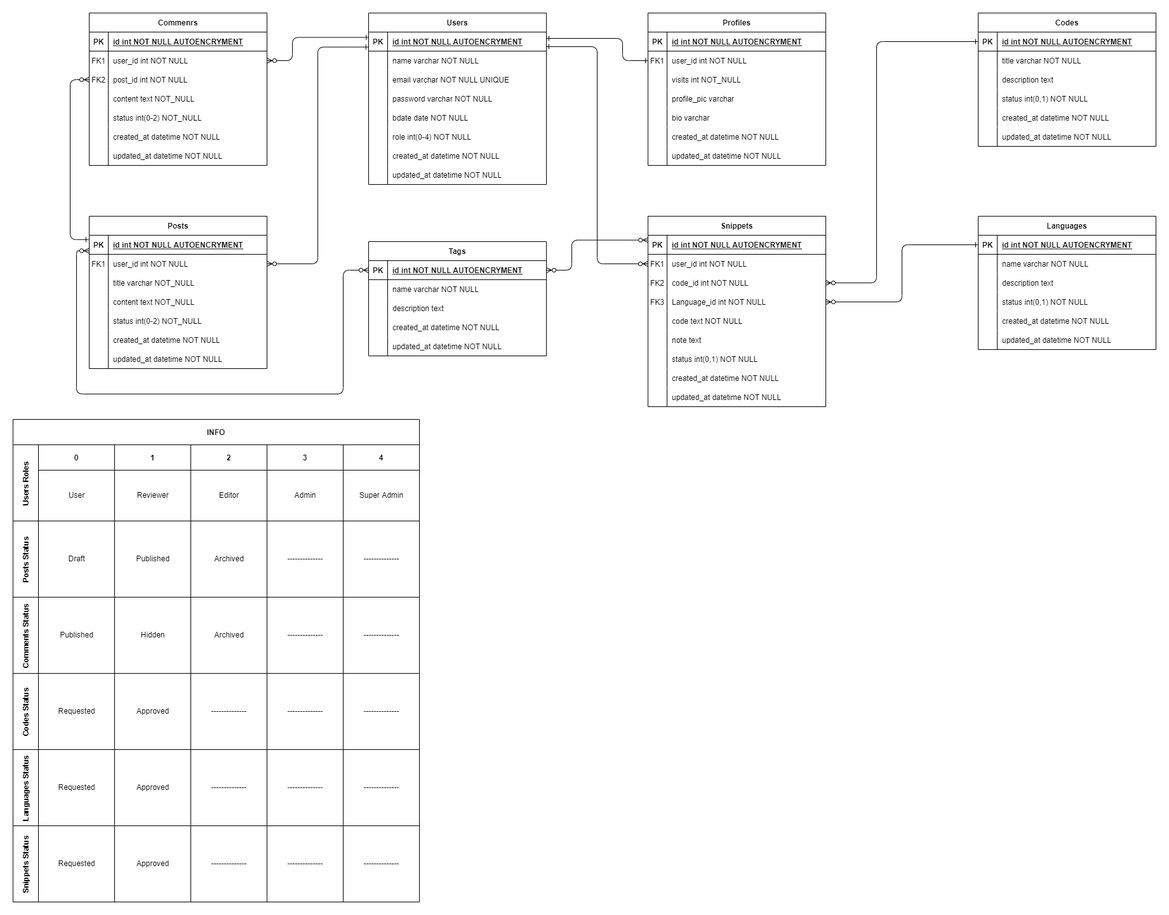
Above: Discussion Files/ERD Diagram/Final ERD.png in Mahmoud217TR/grad-project (draw.io), before the change. Source tidied: cells renumbered, new cells last; positions are measured from the earlier drawing's top-left corner, leaving out a move shared by most shapes.
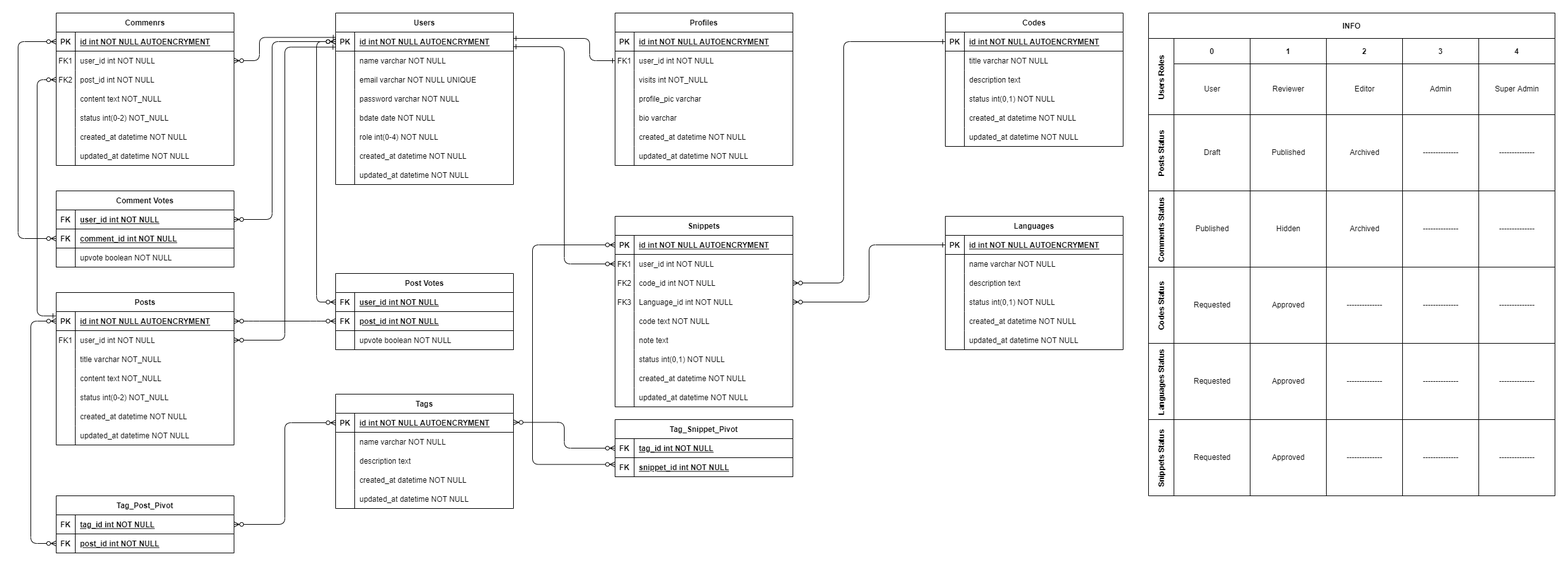
The same file after the commit.

Diff of the diagram source:
```diff
@@ -364,7 +364,7 @@
       </mxGeometry>
     </mxCell>
     <mxCell id="119" value="Posts" style="shape=table;startSize=30;rowLines=0;fontStyle=1;align=center;" parent="1" vertex="1">
-      <mxGeometry x="120" y="320" width="280" height="240" as="geometry" />
+      <mxGeometry x="120" y="440" width="280" height="240" as="geometry" />
     </mxCell>
     <mxCell id="120" style="shape=partialRectangle;fillColor=none;points=[[0,0.5],[1,0.5]];portConstraint=eastwest;top=0;left=0;right=0;bottom=1;" parent="119" vertex="1">
       <mxGeometry y="30" width="280" height="30" as="geometry" />
@@ -509,13 +509,13 @@
     <mxCell id="165" style="edgeStyle=orthogonalEdgeStyle;endArrow=ERzeroToMany;startArrow=ERone;endFill=1;startFill=0;exitX=-0.004;exitY=0.227;exitDx=0;exitDy=0;entryX=0;entryY=0.5;entryDx=0;entryDy=0;exitPerimeter=0;" parent="1" edge="1" source="120" target="149">
       <mxGeometry relative="1" as="geometry">
         <Array as="points">
-          <mxPoint x="90" y="357" />
+          <mxPoint x="90" y="477" />
           <mxPoint x="90" y="105" />
         </Array>
       </mxGeometry>
     </mxCell>
     <mxCell id="166" value="Tags" style="shape=table;startSize=30;rowLines=0;fontStyle=1;align=center;" parent="1" vertex="1">
-      <mxGeometry x="560" y="360" width="280" height="180" as="geometry" />
+      <mxGeometry x="560" y="600" width="280" height="180" as="geometry" />
     </mxCell>
     <mxCell id="167" style="shape=partialRectangle;fillColor=none;points=[[0,0.5],[1,0.5]];portConstraint=eastwest;top=0;left=0;right=0;bottom=1;" parent="166" vertex="1">
       <mxGeometry y="30" width="280" height="30" as="geometry" />
@@ -562,26 +562,8 @@
     <mxCell id="181" value="updated_at datetime NOT NULL" style="shape=partialRectangle;overflow=hidden;fillColor=none;top=0;left=0;bottom=0;right=0;align=left;spacingLeft=6;" parent="179" vertex="1">
       <mxGeometry x="30" width="250" height="30" as="geometry" />
     </mxCell>
-    <mxCell id="182" style="edgeStyle=orthogonalEdgeStyle;rounded=1;jumpStyle=none;jettySize=auto;html=1;exitX=0;exitY=0.5;exitDx=0;exitDy=0;entryX=0;entryY=0.813;entryDx=0;entryDy=0;fontFamily=Helvetica;fontSize=12;fontColor=default;startArrow=ERzeroToMany;startFill=0;endArrow=ERzeroToMany;endFill=0;entryPerimeter=0;" parent="1" edge="1" source="167" target="120">
-      <mxGeometry relative="1" as="geometry">
-        <Array as="points">
-          <mxPoint x="520" y="405" />
-          <mxPoint x="520" y="600" />
-          <mxPoint x="100" y="600" />
-          <mxPoint x="100" y="374" />
-        </Array>
-      </mxGeometry>
-    </mxCell>
-    <mxCell id="183" style="edgeStyle=orthogonalEdgeStyle;rounded=1;jumpStyle=none;jettySize=auto;html=1;exitX=1;exitY=0.5;exitDx=0;exitDy=0;fontFamily=Helvetica;fontSize=12;fontColor=default;startArrow=ERzeroToMany;startFill=0;endArrow=ERzeroToMany;endFill=0;entryX=0.001;entryY=0.254;entryDx=0;entryDy=0;entryPerimeter=0;" parent="1" edge="1" source="167" target="4">
-      <mxGeometry relative="1" as="geometry">
-        <Array as="points">
-          <mxPoint x="880" y="405" />
-          <mxPoint x="880" y="358" />
-        </Array>
-      </mxGeometry>
-    </mxCell>
     <mxCell id="184" value="INFO" style="shape=table;startSize=40;fontStyle=1;fontFamily=Helvetica;fontSize=12;fontColor=default;strokeColor=default;fillColor=none;" parent="1" vertex="1">
-      <mxGeometry y="640" width="640" height="760" as="geometry" />
+      <mxGeometry x="1840" width="640" height="760" as="geometry" />
     </mxCell>
     <mxCell id="185" value="Users Roles" style="shape=tableRow;horizontal=0;startSize=40;swimlaneHead=0;swimlaneBody=0;top=0;left=0;bottom=0;right=0;fillColor=none;fontStyle=1;fontFamily=Helvetica;fontSize=12;fontColor=default;strokeColor=default;" parent="184" vertex="1">
       <mxGeometry y="40" width="640" height="120" as="geometry" />
@@ -781,5 +763,163 @@
     <mxCell id="250" style="swimlane;swimlaneHead=0;swimlaneBody=0;fontStyle=0;fillColor=none;startSize=0;fontStyle=1;fontFamily=Helvetica;fontSize=12;fontColor=default;strokeColor=default;" parent="240" vertex="1">
       <mxGeometry x="520" width="120" height="120" as="geometry" />
     </mxCell>
+    <mxCell id="251" value="Tag_Post_Pivot" style="shape=table;startSize=30;rowLines=0;fontStyle=1;align=center;" parent="1" vertex="1">
+      <mxGeometry x="120" y="760" width="280" height="90" as="geometry" />
+    </mxCell>
+    <mxCell id="252" style="shape=partialRectangle;fillColor=none;points=[[0,0.5],[1,0.5]];portConstraint=eastwest;top=0;left=0;right=0;bottom=1;" parent="251" vertex="1">
+      <mxGeometry y="30" width="280" height="30" as="geometry" />
+    </mxCell>
+    <mxCell id="253" value="FK" style="shape=partialRectangle;overflow=hidden;fillColor=none;top=0;left=0;bottom=0;right=0;fontStyle=1;" parent="252" vertex="1">
+      <mxGeometry width="30" height="30" as="geometry" />
+    </mxCell>
+    <mxCell id="254" value="tag_id int NOT NULL" style="shape=partialRectangle;overflow=hidden;fillColor=none;top=0;left=0;bottom=0;right=0;align=left;spacingLeft=6;fontStyle=5;" parent="252" vertex="1">
+      <mxGeometry x="30" width="250" height="30" as="geometry" />
+    </mxCell>
+    <mxCell id="255" style="shape=partialRectangle;fillColor=none;points=[[0,0.5],[1,0.5]];portConstraint=eastwest;top=0;left=0;right=0;bottom=1;" parent="251" vertex="1">
+      <mxGeometry y="60" width="280" height="30" as="geometry" />
+    </mxCell>
+    <mxCell id="256" value="FK" style="shape=partialRectangle;overflow=hidden;fillColor=none;top=0;left=0;bottom=0;right=0;fontStyle=1;" parent="255" vertex="1">
+      <mxGeometry width="30" height="30" as="geometry" />
+    </mxCell>
+    <mxCell id="257" value="post_id int NOT NULL" style="shape=partialRectangle;overflow=hidden;fillColor=none;top=0;left=0;bottom=0;right=0;align=left;spacingLeft=6;fontStyle=5;" parent="255" vertex="1">
+      <mxGeometry x="30" width="250" height="30" as="geometry" />
+    </mxCell>
+    <mxCell id="258" style="edgeStyle=orthogonalEdgeStyle;rounded=1;jettySize=auto;html=1;entryX=1;entryY=0.5;entryDx=0;entryDy=0;startArrow=ERzeroToMany;startFill=0;endArrow=ERzeroToMany;endFill=0;" parent="1" edge="1" source="167" target="252">
+      <mxGeometry relative="1" as="geometry" />
+    </mxCell>
+    <mxCell id="259" style="edgeStyle=orthogonalEdgeStyle;rounded=1;jettySize=auto;html=1;entryX=0;entryY=0.5;entryDx=0;entryDy=0;startArrow=ERzeroToMany;startFill=0;endArrow=ERzeroToMany;endFill=0;exitX=0;exitY=0.5;exitDx=0;exitDy=0;" parent="1" edge="1" source="120" target="255">
+      <mxGeometry relative="1" as="geometry">
+        <Array as="points">
+          <mxPoint x="80" y="485" />
+          <mxPoint x="80" y="835" />
+        </Array>
+      </mxGeometry>
+    </mxCell>
+    <mxCell id="260" value="Tag_Snippet_Pivot" style="shape=table;startSize=30;rowLines=0;fontStyle=1;align=center;" parent="1" vertex="1">
+      <mxGeometry x="1000" y="640" width="280" height="90" as="geometry" />
+    </mxCell>
+    <mxCell id="261" style="shape=partialRectangle;fillColor=none;points=[[0,0.5],[1,0.5]];portConstraint=eastwest;top=0;left=0;right=0;bottom=1;" parent="260" vertex="1">
+      <mxGeometry y="30" width="280" height="30" as="geometry" />
+    </mxCell>
+    <mxCell id="262" value="FK" style="shape=partialRectangle;overflow=hidden;fillColor=none;top=0;left=0;bottom=0;right=0;fontStyle=1;" parent="261" vertex="1">
+      <mxGeometry width="30" height="30" as="geometry" />
+    </mxCell>
+    <mxCell id="263" value="tag_id int NOT NULL" style="shape=partialRectangle;overflow=hidden;fillColor=none;top=0;left=0;bottom=0;right=0;align=left;spacingLeft=6;fontStyle=5;" parent="261" vertex="1">
+      <mxGeometry x="30" width="250" height="30" as="geometry" />
+    </mxCell>
+    <mxCell id="264" style="shape=partialRectangle;fillColor=none;top=0;left=0;right=0;bottom=1;" parent="260" vertex="1">
+      <mxGeometry y="60" width="280" height="30" as="geometry" />
+    </mxCell>
+    <mxCell id="265" value="FK" style="shape=partialRectangle;overflow=hidden;fillColor=none;top=0;left=0;bottom=0;right=0;fontStyle=1;" parent="264" vertex="1">
+      <mxGeometry width="30" height="30" as="geometry" />
+    </mxCell>
+    <mxCell id="266" value="snippet_id int NOT NULL" style="shape=partialRectangle;overflow=hidden;fillColor=none;top=0;left=0;bottom=0;right=0;align=left;spacingLeft=6;fontStyle=5;" parent="264" vertex="1">
+      <mxGeometry x="30" width="250" height="30" as="geometry" />
+    </mxCell>
+    <mxCell id="267" style="edgeStyle=orthogonalEdgeStyle;rounded=1;jettySize=auto;html=1;entryX=1;entryY=0.5;entryDx=0;entryDy=0;startArrow=ERzeroToMany;startFill=0;endArrow=ERzeroToMany;endFill=0;exitX=0;exitY=0.5;exitDx=0;exitDy=0;" parent="1" edge="1" source="261">
+      <mxGeometry relative="1" as="geometry">
+        <mxPoint x="840" y="644.4" as="targetPoint" />
+        <Array as="points">
+          <mxPoint x="920" y="685" />
+          <mxPoint x="920" y="644" />
+        </Array>
+      </mxGeometry>
+    </mxCell>
+    <mxCell id="268" style="edgeStyle=orthogonalEdgeStyle;rounded=1;jettySize=auto;html=1;entryX=0;entryY=0.5;entryDx=0;entryDy=0;startArrow=ERzeroToMany;startFill=0;endArrow=ERzeroToMany;endFill=0;exitX=0;exitY=0.5;exitDx=0;exitDy=0;" parent="1" edge="1" target="4">
+      <mxGeometry relative="1" as="geometry">
+        <mxPoint x="1000" y="710.6" as="sourcePoint" />
+        <Array as="points">
+          <mxPoint x="870" y="711" />
+          <mxPoint x="870" y="365" />
+        </Array>
+      </mxGeometry>
+    </mxCell>
+    <mxCell id="269" value="Post Votes" style="shape=table;startSize=30;rowLines=0;fontStyle=1;align=center;" parent="1" vertex="1">
+      <mxGeometry x="560" y="410" width="280" height="120" as="geometry" />
+    </mxCell>
+    <mxCell id="270" style="shape=partialRectangle;fillColor=none;points=[[0,0.5],[1,0.5]];portConstraint=eastwest;top=0;left=0;right=0;bottom=1;" parent="269" vertex="1">
+      <mxGeometry y="30" width="280" height="30" as="geometry" />
+    </mxCell>
+    <mxCell id="271" value="FK" style="shape=partialRectangle;overflow=hidden;fillColor=none;top=0;left=0;bottom=0;right=0;fontStyle=1;" parent="270" vertex="1">
+      <mxGeometry width="30" height="30" as="geometry" />
+    </mxCell>
+    <mxCell id="272" value="user_id int NOT NULL" style="shape=partialRectangle;overflow=hidden;fillColor=none;top=0;left=0;bottom=0;right=0;align=left;spacingLeft=6;fontStyle=5;" parent="270" vertex="1">
+      <mxGeometry x="30" width="250" height="30" as="geometry" />
+    </mxCell>
+    <mxCell id="273" style="shape=partialRectangle;fillColor=none;points=[[0,0.5],[1,0.5]];portConstraint=eastwest;top=0;left=0;right=0;bottom=1;" parent="269" vertex="1">
+      <mxGeometry y="60" width="280" height="30" as="geometry" />
+    </mxCell>
+    <mxCell id="274" value="FK" style="shape=partialRectangle;overflow=hidden;fillColor=none;top=0;left=0;bottom=0;right=0;fontStyle=1;" parent="273" vertex="1">
+      <mxGeometry width="30" height="30" as="geometry" />
+    </mxCell>
+    <mxCell id="275" value="post_id int NOT NULL" style="shape=partialRectangle;overflow=hidden;fillColor=none;top=0;left=0;bottom=0;right=0;align=left;spacingLeft=6;fontStyle=5;" parent="273" vertex="1">
+      <mxGeometry x="30" width="250" height="30" as="geometry" />
+    </mxCell>
+    <mxCell id="276" style="shape=partialRectangle;fillColor=none;top=0;left=0;right=0;bottom=1;" parent="269" vertex="1">
+      <mxGeometry y="90" width="280" height="30" as="geometry" />
+    </mxCell>
+    <mxCell id="277" style="shape=partialRectangle;overflow=hidden;fillColor=none;top=0;left=0;bottom=0;right=0;fontStyle=1;" parent="276" vertex="1">
+      <mxGeometry width="30" height="30" as="geometry" />
+    </mxCell>
+    <mxCell id="278" value="upvote boolean NOT NULL" style="shape=partialRectangle;overflow=hidden;fillColor=none;top=0;left=0;bottom=0;right=0;align=left;spacingLeft=6;fontStyle=0;" parent="276" vertex="1">
+      <mxGeometry x="30" width="250" height="30" as="geometry" />
+    </mxCell>
+    <mxCell id="279" style="edgeStyle=entityRelationEdgeStyle;rounded=1;jettySize=auto;html=1;exitX=0;exitY=0.5;exitDx=0;exitDy=0;entryX=1;entryY=0.5;entryDx=0;entryDy=0;startArrow=ERzeroToMany;startFill=0;endArrow=ERzeroToMany;endFill=0;" parent="1" edge="1" source="273" target="120">
+      <mxGeometry relative="1" as="geometry" />
+    </mxCell>
+    <mxCell id="280" style="edgeStyle=orthogonalEdgeStyle;rounded=1;jettySize=auto;html=1;exitX=0;exitY=0.5;exitDx=0;exitDy=0;entryX=0;entryY=0.5;entryDx=0;entryDy=0;startArrow=ERzeroToMany;startFill=0;endArrow=ERzeroToMany;endFill=0;" parent="1" edge="1" source="270" target="51">
+      <mxGeometry relative="1" as="geometry">
+        <Array as="points">
+          <mxPoint x="530" y="455" />
+          <mxPoint x="530" y="45" />
+        </Array>
+      </mxGeometry>
+    </mxCell>
+    <mxCell id="281" value="Comment Votes" style="shape=table;startSize=30;rowLines=0;fontStyle=1;align=center;" parent="1" vertex="1">
+      <mxGeometry x="120" y="280" width="280" height="120" as="geometry" />
+    </mxCell>
+    <mxCell id="282" style="shape=partialRectangle;fillColor=none;points=[[0,0.5],[1,0.5]];portConstraint=eastwest;top=0;left=0;right=0;bottom=1;" parent="281" vertex="1">
+      <mxGeometry y="30" width="280" height="30" as="geometry" />
+    </mxCell>
+    <mxCell id="283" value="FK" style="shape=partialRectangle;overflow=hidden;fillColor=none;top=0;left=0;bottom=0;right=0;fontStyle=1;" parent="282" vertex="1">
+      <mxGeometry width="30" height="30" as="geometry" />
+    </mxCell>
+    <mxCell id="284" value="user_id int NOT NULL" style="shape=partialRectangle;overflow=hidden;fillColor=none;top=0;left=0;bottom=0;right=0;align=left;spacingLeft=6;fontStyle=5;" parent="282" vertex="1">
+      <mxGeometry x="30" width="250" height="30" as="geometry" />
+    </mxCell>
+    <mxCell id="285" style="shape=partialRectangle;fillColor=none;points=[[0,0.5],[1,0.5]];portConstraint=eastwest;top=0;left=0;right=0;bottom=1;" parent="281" vertex="1">
+      <mxGeometry y="60" width="280" height="30" as="geometry" />
+    </mxCell>
+    <mxCell id="286" value="FK" style="shape=partialRectangle;overflow=hidden;fillColor=none;top=0;left=0;bottom=0;right=0;fontStyle=1;" parent="285" vertex="1">
+      <mxGeometry width="30" height="30" as="geometry" />
+    </mxCell>
+    <mxCell id="287" value="comment_id int NOT NULL" style="shape=partialRectangle;overflow=hidden;fillColor=none;top=0;left=0;bottom=0;right=0;align=left;spacingLeft=6;fontStyle=5;" parent="285" vertex="1">
+      <mxGeometry x="30" width="250" height="30" as="geometry" />
+    </mxCell>
+    <mxCell id="288" style="shape=partialRectangle;fillColor=none;top=0;left=0;right=0;bottom=1;" parent="281" vertex="1">
+      <mxGeometry y="90" width="280" height="30" as="geometry" />
+    </mxCell>
+    <mxCell id="289" style="shape=partialRectangle;overflow=hidden;fillColor=none;top=0;left=0;bottom=0;right=0;fontStyle=1;" parent="288" vertex="1">
+      <mxGeometry width="30" height="30" as="geometry" />
+    </mxCell>
+    <mxCell id="290" value="upvote boolean NOT NULL" style="shape=partialRectangle;overflow=hidden;fillColor=none;top=0;left=0;bottom=0;right=0;align=left;spacingLeft=6;fontStyle=0;" parent="288" vertex="1">
+      <mxGeometry x="30" width="250" height="30" as="geometry" />
+    </mxCell>
+    <mxCell id="291" style="edgeStyle=orthogonalEdgeStyle;rounded=1;jettySize=auto;html=1;startArrow=ERzeroToMany;startFill=0;endArrow=ERzeroToMany;endFill=0;entryX=0;entryY=0.5;entryDx=0;entryDy=0;" parent="1" edge="1" source="143" target="285">
+      <mxGeometry relative="1" as="geometry">
+        <Array as="points">
+          <mxPoint x="60" y="45" />
+          <mxPoint x="60" y="355" />
+        </Array>
+      </mxGeometry>
+    </mxCell>
+    <mxCell id="292" style="edgeStyle=orthogonalEdgeStyle;rounded=1;jettySize=auto;html=1;entryX=1;entryY=0.5;entryDx=0;entryDy=0;startArrow=ERzeroToMany;startFill=0;endArrow=ERzeroToMany;endFill=0;" parent="1" edge="1" source="51" target="282">
+      <mxGeometry relative="1" as="geometry">
+        <Array as="points">
+          <mxPoint x="460" y="45" />
+          <mxPoint x="460" y="325" />
+        </Array>
+      </mxGeometry>
+    </mxCell>
   </root>
 </mxGraphModel>
```
